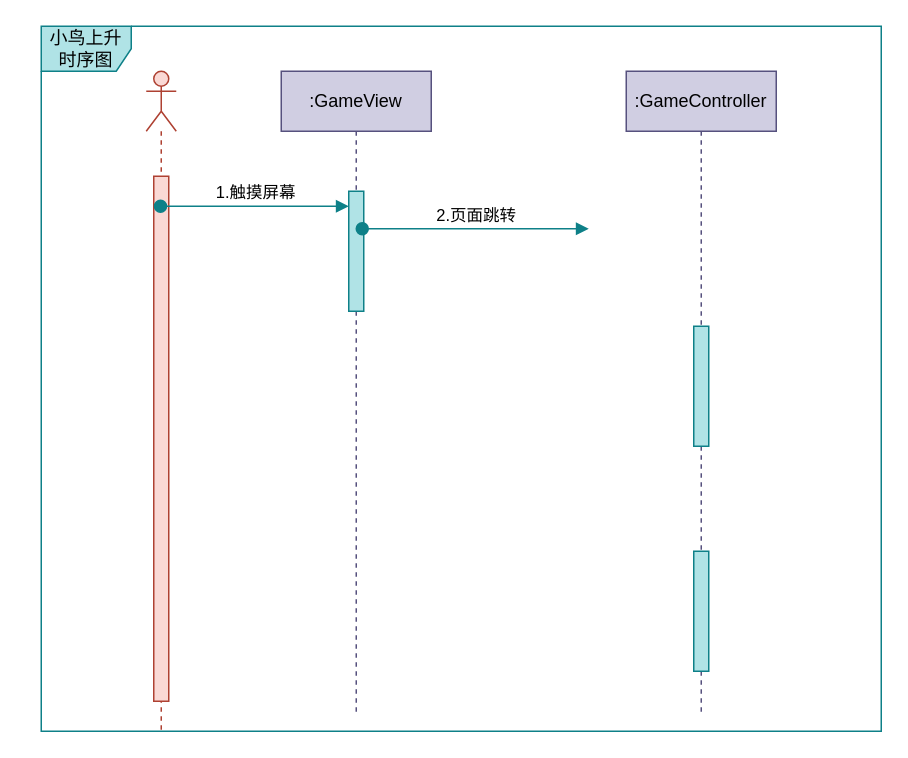
ScarboroughCoral/Draw.io.Storage keeps this draw.io diagram as page "detail sequence" (9 of 9) of Android Media Program Course Design.drawio. Above is the earlier version. Source tidied: cells renumbered, new cells numbered last; positions are measured from the earlier drawing's top-left corner, leaving out a move shared by most shapes. Both pictures are drawn from the tidied source at 150%, with x=0, y=0 at pixel (40, 26).
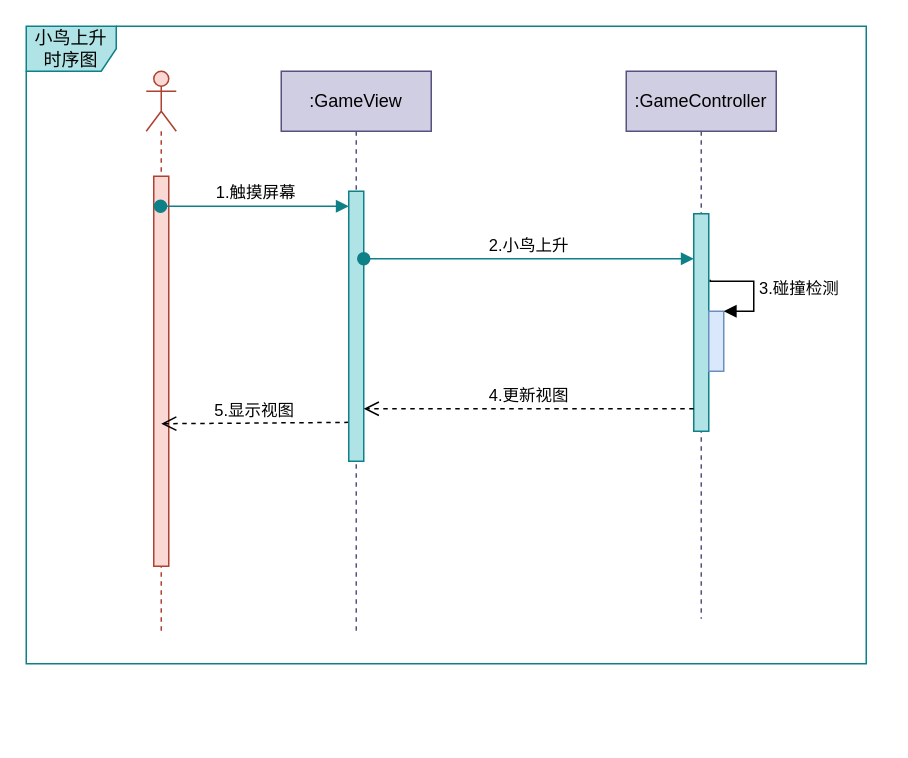
After the change.

Diff of the diagram source:
```diff
@@
     <mxCell id="2" value="小鸟上升时序图" style="shape=umlFrame;whiteSpace=wrap;html=1;fillColor=#b0e3e6;strokeColor=#0e8088;" parent="1" vertex="1">
-      <mxGeometry width="560" height="470" as="geometry" />
+      <mxGeometry x="-10" width="560" height="425" as="geometry" />
     </mxCell>
     <mxCell id="3" style="shape=umlLifeline;participant=umlActor;perimeter=lifelinePerimeter;whiteSpace=wrap;html=1;verticalAlign=top;spacingTop=36;labelBackgroundColor=#ffffff;outlineConnect=0;fillColor=#fad9d5;strokeColor=#ae4132;" parent="1" vertex="1">
-      <mxGeometry x="70" y="30" width="20" height="440" as="geometry" />
+      <mxGeometry x="70" y="30" width="20" height="375" as="geometry" />
     </mxCell>
     <mxCell id="4" style="html=1;perimeter=orthogonalPerimeter;fillColor=#fad9d5;strokeColor=#ae4132;" parent="3" vertex="1">
-      <mxGeometry x="5" y="70" width="10" height="350" as="geometry" />
+      <mxGeometry x="5" y="70" width="10" height="260" as="geometry" />
     </mxCell>
+    <mxCell id="12" value="5.显示视图" style="html=1;verticalAlign=bottom;endArrow=open;dashed=1;endSize=8;exitX=0;exitY=0.856;exitDx=0;exitDy=0;exitPerimeter=0;" parent="3" edge="1" source="9">
+      <mxGeometry relative="1" as="geometry">
+        <mxPoint x="10" y="235" as="targetPoint" />
+      </mxGeometry>
+    </mxCell>
     <mxCell id="5" value=":GameController" style="shape=umlLifeline;perimeter=lifelinePerimeter;whiteSpace=wrap;html=1;fillColor=#d0cee2;strokeColor=#56517e;" parent="1" vertex="1">
-      <mxGeometry x="390" y="30" width="100" height="430" as="geometry" />
+      <mxGeometry x="390" y="30" width="100" height="365" as="geometry" />
     </mxCell>
     <mxCell id="6" style="html=1;points=[];perimeter=orthogonalPerimeter;fillColor=#b0e3e6;strokeColor=#0e8088;" parent="5" vertex="1">
-      <mxGeometry x="45" y="170" width="10" height="80" as="geometry" />
+      <mxGeometry x="45" y="95" width="10" height="145" as="geometry" />
     </mxCell>
-    <mxCell id="7" style="html=1;perimeter=orthogonalPerimeter;fillColor=#b0e3e6;strokeColor=#0e8088;" parent="5" vertex="1">
-      <mxGeometry x="45" y="320" width="10" height="80" as="geometry" />
-    </mxCell>
+    <mxCell id="13" style="html=1;points=[];perimeter=orthogonalPerimeter;fillColor=#dae8fc;strokeColor=#6c8ebf;" parent="5" vertex="1">
+      <mxGeometry x="55" y="160" width="10" height="40" as="geometry" />
+    </mxCell>
+    <mxCell id="14" value="3.碰撞检测" style="edgeStyle=orthogonalEdgeStyle;html=1;align=left;spacingLeft=2;endArrow=block;rounded=0;entryX=1;entryY=0;exitX=1.1;exitY=0.303;exitDx=0;exitDy=0;exitPerimeter=0;" parent="5" edge="1" source="6" target="13">
+      <mxGeometry relative="1" as="geometry">
+        <Array as="points">
+          <mxPoint x="56" y="140" />
+          <mxPoint x="85" y="140" />
+          <mxPoint x="85" y="160" />
+        </Array>
+      </mxGeometry>
+    </mxCell>
     <mxCell id="8" value=":GameView" style="shape=umlLifeline;perimeter=lifelinePerimeter;whiteSpace=wrap;html=1;fillColor=#d0cee2;strokeColor=#56517e;" parent="1" vertex="1">
-      <mxGeometry x="160" y="30" width="100" height="430" as="geometry" />
+      <mxGeometry x="160" y="30" width="100" height="375" as="geometry" />
     </mxCell>
     <mxCell id="9" style="html=1;points=[];perimeter=orthogonalPerimeter;fillColor=#b0e3e6;strokeColor=#0e8088;" parent="8" vertex="1">
-      <mxGeometry x="45" y="80" width="10" height="80" as="geometry" />
+      <mxGeometry x="45" y="80" width="10" height="180" as="geometry" />
     </mxCell>
@@
-    <mxCell id="11" value="2.页面跳转" style="html=1;verticalAlign=bottom;startArrow=oval;endArrow=block;startSize=8;exitX=0.9;exitY=0.313;exitDx=0;exitDy=0;exitPerimeter=0;fillColor=#b0e3e6;strokeColor=#0e8088;" parent="1" edge="1" source="9">
+    <mxCell id="11" value="2.小鸟上升" style="html=1;verticalAlign=bottom;startArrow=oval;endArrow=block;startSize=8;fillColor=#b0e3e6;strokeColor=#0e8088;" parent="1" edge="1" source="9" target="6">
       <mxGeometry relative="1" as="geometry">
-        <mxPoint x="365" y="135" as="targetPoint" />
+        <Array as="points">
+          <mxPoint x="270" y="155" />
+        </Array>
       </mxGeometry>
     </mxCell>
+    <mxCell id="15" value="4.更新视图" style="html=1;verticalAlign=bottom;endArrow=open;dashed=1;endSize=8;" parent="1" edge="1" source="6" target="9">
+      <mxGeometry relative="1" as="geometry">
+        <Array as="points">
+          <mxPoint x="330" y="255" />
+        </Array>
+      </mxGeometry>
+    </mxCell>
```
